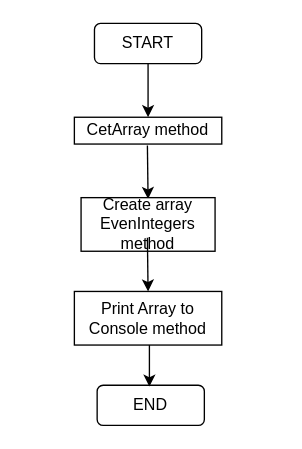
The draw.io diagram 2021/BlockDiagram/Base_diagram.drawio in AbubakirovRA/FinalWork2021, before the edit. Source tidied: cells renumbered, new cells numbered last; positions are measured from the earlier drawing's top-left corner, leaving out a move shared by most shapes. Both pictures are drawn from the tidied source at 134%, with x=0, y=0 at pixel (74, 23).
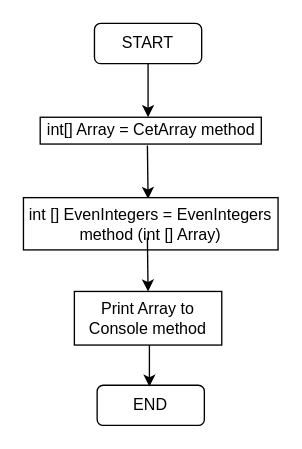
The same page after the edit.

What changed in the source:
```diff
@@
 <mxGraphModel>
   <root>
     <mxCell id="0" />
     <mxCell id="1" parent="0" />
     <mxCell id="2" value="START" style="rounded=1;whiteSpace=wrap;html=1;" parent="1" vertex="1">
       <mxGeometry x="15" width="80" height="30" as="geometry" />
     </mxCell>
     <mxCell id="3" style="endArrow=classic;html=1;exitX=0.5;exitY=1;exitDx=0;exitDy=0;" parent="1" edge="1" source="2">
       <mxGeometry relative="1" as="geometry">
         <mxPoint x="55" y="70" as="targetPoint" />
       </mxGeometry>
     </mxCell>
-    <mxCell id="4" value="CetArray method" style="rounded=0;whiteSpace=wrap;html=1;" parent="1" vertex="1">
-      <mxGeometry y="70" width="110" height="20" as="geometry" />
+    <mxCell id="4" value="int[] Array = CetArray method" style="rounded=0;whiteSpace=wrap;html=1;" parent="1" vertex="1">
+      <mxGeometry x="-25.5" y="70" width="165" height="20" as="geometry" />
     </mxCell>
     <mxCell id="5" style="endArrow=classic;html=1;exitX=0.5;exitY=1;exitDx=0;exitDy=0;" parent="1" edge="1">
       <mxGeometry relative="1" as="geometry">
         <mxPoint x="54.5" y="91" as="sourcePoint" />
         <mxPoint x="54.5" y="131" as="targetPoint" />
         <Array as="points">
           <mxPoint x="55" y="131" />
         </Array>
       </mxGeometry>
     </mxCell>
-    <mxCell id="6" value="Create array EvenIntegers method" style="rounded=0;whiteSpace=wrap;html=1;" parent="1" vertex="1">
-      <mxGeometry x="5" y="130" width="100" height="40" as="geometry" />
+    <mxCell id="6" value="int [] EvenIntegers = EvenIntegers method (int [] Array)" style="rounded=0;whiteSpace=wrap;html=1;" parent="1" vertex="1">
+      <mxGeometry x="-38" y="130" width="190" height="39" as="geometry" />
     </mxCell>
     <mxCell id="7" value="Print Array to Console method" style="rounded=0;whiteSpace=wrap;html=1;" parent="1" vertex="1">
       <mxGeometry y="200" width="110" height="40" as="geometry" />
     </mxCell>
     <mxCell id="8" style="endArrow=classic;html=1;exitX=0.5;exitY=1;exitDx=0;exitDy=0;" parent="1" edge="1">
       <mxGeometry relative="1" as="geometry">
         <mxPoint x="54.5" y="160" as="sourcePoint" />
         <mxPoint x="54.5" y="200" as="targetPoint" />
         <Array as="points">
           <mxPoint x="55" y="200" />
         </Array>
       </mxGeometry>
     </mxCell>
     <mxCell id="9" value="END" style="rounded=1;whiteSpace=wrap;html=1;" parent="1" vertex="1">
       <mxGeometry x="17" y="270" width="80" height="30" as="geometry" />
     </mxCell>
     <mxCell id="10" style="endArrow=classic;html=1;" parent="1" edge="1">
       <mxGeometry relative="1" as="geometry">
         <mxPoint x="56" y="240" as="sourcePoint" />
         <mxPoint x="55.5" y="271" as="targetPoint" />
         <Array as="points">
           <mxPoint x="56" y="271" />
         </Array>
       </mxGeometry>
     </mxCell>
   </root>
 </mxGraphModel>
```
